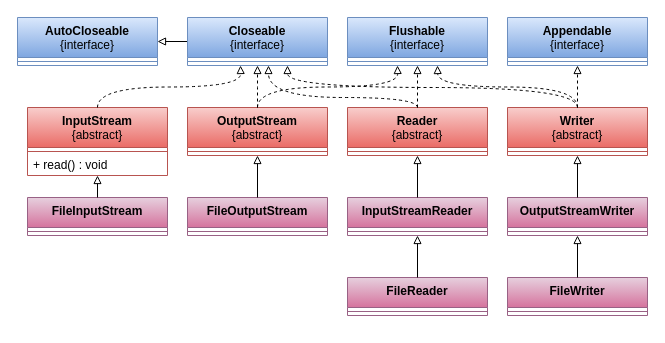
qingyunlyp/resource keeps this draw.io diagram as transformationStream.drawio. Above is the earlier version. Source tidied: cells renumbered, new cells numbered last; positions are measured from the earlier drawing's top-left corner, leaving out a move shared by most shapes. Both pictures are drawn from the tidied source at 100%, with x=0, y=0 at pixel (17, 17).
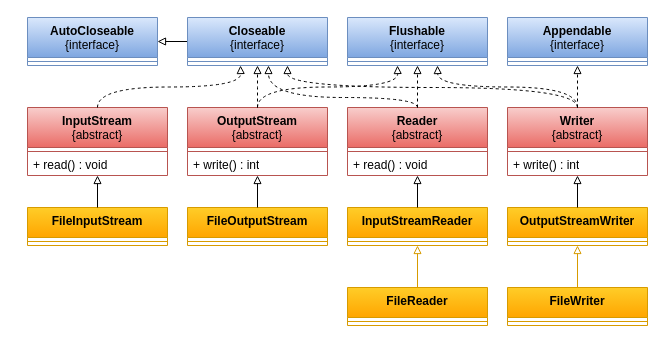
After the change.

The edit, as a diff of the source:
```diff
@@
     <mxCell id="5" value="&lt;b&gt;AutoCloseable&lt;/b&gt;&lt;br&gt;{interface}" style="swimlane;fontStyle=0;align=center;verticalAlign=top;horizontal=1;startSize=40;html=1;whiteSpace=wrap;fillColor=#dae8fc;strokeColor=#6c8ebf;gradientColor=#7ea6e0;" parent="1" vertex="1">
-      <mxGeometry width="140" height="48" as="geometry" />
+      <mxGeometry x="10" width="130" height="48" as="geometry" />
     </mxCell>
     <mxCell id="6" style="line;strokeWidth=1;fillColor=none;align=left;verticalAlign=middle;spacingTop=-1;spacingLeft=3;spacingRight=3;labelPosition=right;strokeColor=#6C8EBF;" parent="5" vertex="1">
-      <mxGeometry y="40" width="140" height="8" as="geometry" />
+      <mxGeometry y="40" width="130" height="8" as="geometry" />
     </mxCell>
@@
     <mxCell id="14" value="&lt;b&gt;OutputStream&lt;/b&gt;&lt;br&gt;{abstract}" style="swimlane;fontStyle=0;align=center;verticalAlign=top;horizontal=1;startSize=40;html=1;whiteSpace=wrap;fillColor=#f8cecc;strokeColor=#b85450;gradientColor=#ea6b66;" parent="1" vertex="1">
-      <mxGeometry x="170" y="90" width="140" height="48" as="geometry" />
+      <mxGeometry x="170" y="90" width="140" height="68" as="geometry" />
     </mxCell>
@@
+    <mxCell id="46" value="+ write() : int" style="text;html=1;strokeColor=none;fillColor=none;align=left;verticalAlign=middle;spacingLeft=4;spacingRight=4;overflow=hidden;whiteSpace=wrap;" parent="14" vertex="1">
+      <mxGeometry y="48" width="140" height="20" as="geometry" />
+    </mxCell>
     <mxCell id="16" value="&lt;b&gt;Reader&lt;/b&gt;&lt;br&gt;{abstract}" style="swimlane;fontStyle=0;align=center;verticalAlign=top;horizontal=1;startSize=40;html=1;whiteSpace=wrap;fillColor=#f8cecc;strokeColor=#b85450;gradientColor=#ea6b66;" parent="1" vertex="1">
-      <mxGeometry x="330" y="90" width="140" height="48" as="geometry" />
+      <mxGeometry x="330" y="90" width="140" height="68" as="geometry" />
     </mxCell>
@@
+    <mxCell id="47" value="+ read() : void" style="text;html=1;strokeColor=none;fillColor=none;align=left;verticalAlign=middle;spacingLeft=4;spacingRight=4;overflow=hidden;whiteSpace=wrap;" parent="16" vertex="1">
+      <mxGeometry y="48" width="140" height="20" as="geometry" />
+    </mxCell>
     <mxCell id="18" value="&lt;b&gt;Writer&lt;/b&gt;&lt;br&gt;{abstract}" style="swimlane;fontStyle=0;align=center;verticalAlign=top;horizontal=1;startSize=40;html=1;whiteSpace=wrap;fillColor=#f8cecc;strokeColor=#b85450;gradientColor=#ea6b66;" parent="1" vertex="1">
-      <mxGeometry x="490" y="90" width="140" height="48" as="geometry" />
+      <mxGeometry x="490" y="90" width="140" height="68" as="geometry" />
     </mxCell>
@@
+    <mxCell id="48" value="+ write() : int" style="text;html=1;strokeColor=none;fillColor=none;align=left;verticalAlign=middle;spacingLeft=4;spacingRight=4;overflow=hidden;whiteSpace=wrap;" parent="18" vertex="1">
+      <mxGeometry y="48" width="140" height="20" as="geometry" />
+    </mxCell>
-    <mxCell id="20" value="&lt;b&gt;FileInputStream&lt;/b&gt;" style="swimlane;fontStyle=0;align=center;verticalAlign=top;horizontal=1;startSize=30;html=1;whiteSpace=wrap;fillColor=#e6d0de;strokeColor=#996185;gradientColor=#d5739d;" parent="1" vertex="1">
-      <mxGeometry x="10" y="180" width="140" height="38" as="geometry" />
+    <mxCell id="20" value="&lt;b&gt;FileInputStream&lt;/b&gt;" style="swimlane;fontStyle=0;align=center;verticalAlign=top;horizontal=1;startSize=30;html=1;whiteSpace=wrap;fillColor=#ffcd28;strokeColor=#d79b00;gradientColor=#ffa500;" parent="1" vertex="1">
+      <mxGeometry x="10" y="190" width="140" height="38" as="geometry" />
     </mxCell>
-    <mxCell id="21" style="line;strokeWidth=1;fillColor=none;align=left;verticalAlign=middle;spacingTop=-1;spacingLeft=3;spacingRight=3;labelPosition=right;strokeColor=#996185;" parent="20" vertex="1">
+    <mxCell id="21" style="line;strokeWidth=1;fillColor=#ffcd28;align=left;verticalAlign=middle;spacingTop=-1;spacingLeft=3;spacingRight=3;labelPosition=right;strokeColor=#d79b00;gradientColor=#ffa500;" parent="20" vertex="1">
       <mxGeometry y="30" width="140" height="8" as="geometry" />
     </mxCell>
-    <mxCell id="22" value="&lt;b&gt;FileOutputStream&lt;/b&gt;" style="swimlane;fontStyle=0;align=center;verticalAlign=top;horizontal=1;startSize=30;html=1;whiteSpace=wrap;fillColor=#e6d0de;strokeColor=#996185;gradientColor=#d5739d;" parent="1" vertex="1">
-      <mxGeometry x="170" y="180" width="140" height="38" as="geometry" />
+    <mxCell id="22" value="&lt;b&gt;FileOutputStream&lt;/b&gt;" style="swimlane;fontStyle=0;align=center;verticalAlign=top;horizontal=1;startSize=30;html=1;whiteSpace=wrap;fillColor=#ffcd28;strokeColor=#d79b00;gradientColor=#ffa500;" parent="1" vertex="1">
+      <mxGeometry x="170" y="190" width="140" height="38" as="geometry" />
     </mxCell>
-    <mxCell id="23" style="line;strokeWidth=1;fillColor=none;align=left;verticalAlign=middle;spacingTop=-1;spacingLeft=3;spacingRight=3;labelPosition=right;strokeColor=#996185;" parent="22" vertex="1">
+    <mxCell id="23" style="line;strokeWidth=1;fillColor=#ffcd28;align=left;verticalAlign=middle;spacingTop=-1;spacingLeft=3;spacingRight=3;labelPosition=right;strokeColor=#d79b00;gradientColor=#ffa500;" parent="22" vertex="1">
       <mxGeometry y="30" width="140" height="8" as="geometry" />
     </mxCell>
-    <mxCell id="24" value="&lt;b&gt;InputStreamReader&lt;/b&gt;" style="swimlane;fontStyle=0;align=center;verticalAlign=top;horizontal=1;startSize=30;html=1;whiteSpace=wrap;fillColor=#e6d0de;strokeColor=#996185;gradientColor=#d5739d;" parent="1" vertex="1">
-      <mxGeometry x="330" y="180" width="140" height="38" as="geometry" />
+    <mxCell id="24" value="&lt;b&gt;InputStreamReader&lt;/b&gt;" style="swimlane;fontStyle=0;align=center;verticalAlign=top;horizontal=1;startSize=30;html=1;whiteSpace=wrap;fillColor=#ffcd28;strokeColor=#d79b00;gradientColor=#ffa500;" parent="1" vertex="1">
+      <mxGeometry x="330" y="190" width="140" height="38" as="geometry" />
     </mxCell>
-    <mxCell id="25" style="line;strokeWidth=1;fillColor=none;align=left;verticalAlign=middle;spacingTop=-1;spacingLeft=3;spacingRight=3;labelPosition=right;strokeColor=#996185;" parent="24" vertex="1">
+    <mxCell id="25" style="line;strokeWidth=1;fillColor=#ffcd28;align=left;verticalAlign=middle;spacingTop=-1;spacingLeft=3;spacingRight=3;labelPosition=right;strokeColor=#d79b00;gradientColor=#ffa500;" parent="24" vertex="1">
       <mxGeometry y="30" width="140" height="8" as="geometry" />
     </mxCell>
-    <mxCell id="26" value="&lt;b&gt;OutputStreamWriter&lt;/b&gt;" style="swimlane;fontStyle=0;align=center;verticalAlign=top;horizontal=1;startSize=30;html=1;whiteSpace=wrap;fillColor=#e6d0de;strokeColor=#996185;gradientColor=#d5739d;" parent="1" vertex="1">
-      <mxGeometry x="490" y="180" width="140" height="38" as="geometry" />
+    <mxCell id="26" value="&lt;b&gt;OutputStreamWriter&lt;/b&gt;" style="swimlane;fontStyle=0;align=center;verticalAlign=top;horizontal=1;startSize=30;html=1;whiteSpace=wrap;fillColor=#ffcd28;strokeColor=#d79b00;gradientColor=#ffa500;" parent="1" vertex="1">
+      <mxGeometry x="490" y="190" width="140" height="38" as="geometry" />
     </mxCell>
-    <mxCell id="27" style="line;strokeWidth=1;fillColor=none;align=left;verticalAlign=middle;spacingTop=-1;spacingLeft=3;spacingRight=3;labelPosition=right;strokeColor=#996185;" parent="26" vertex="1">
+    <mxCell id="27" style="line;strokeWidth=1;fillColor=#ffcd28;align=left;verticalAlign=middle;spacingTop=-1;spacingLeft=3;spacingRight=3;labelPosition=right;strokeColor=#d79b00;gradientColor=#ffa500;" parent="26" vertex="1">
       <mxGeometry y="30" width="140" height="8" as="geometry" />
     </mxCell>
@@
-    <mxCell id="40" value="&lt;b&gt;FileReader&lt;/b&gt;" style="swimlane;fontStyle=0;align=center;verticalAlign=top;horizontal=1;startSize=30;html=1;whiteSpace=wrap;fillColor=#e6d0de;strokeColor=#996185;gradientColor=#d5739d;" parent="1" vertex="1">
-      <mxGeometry x="330" y="260" width="140" height="38" as="geometry" />
+    <mxCell id="40" value="&lt;b&gt;FileReader&lt;/b&gt;" style="swimlane;fontStyle=0;align=center;verticalAlign=top;horizontal=1;startSize=30;html=1;whiteSpace=wrap;fillColor=#ffcd28;strokeColor=#d79b00;gradientColor=#ffa500;" parent="1" vertex="1">
+      <mxGeometry x="330" y="270" width="140" height="38" as="geometry" />
     </mxCell>
-    <mxCell id="41" style="line;strokeWidth=1;fillColor=none;align=left;verticalAlign=middle;spacingTop=-1;spacingLeft=3;spacingRight=3;labelPosition=right;strokeColor=#996185;" parent="40" vertex="1">
+    <mxCell id="41" style="line;strokeWidth=1;fillColor=#ffcd28;align=left;verticalAlign=middle;spacingTop=-1;spacingLeft=3;spacingRight=3;labelPosition=right;strokeColor=#d79b00;gradientColor=#ffa500;" parent="40" vertex="1">
       <mxGeometry y="30" width="140" height="8" as="geometry" />
     </mxCell>
-    <mxCell id="42" value="&lt;b&gt;FileWriter&lt;/b&gt;" style="swimlane;fontStyle=0;align=center;verticalAlign=top;horizontal=1;startSize=30;html=1;whiteSpace=wrap;fillColor=#e6d0de;strokeColor=#996185;gradientColor=#d5739d;" parent="1" vertex="1">
-      <mxGeometry x="490" y="260" width="140" height="38" as="geometry" />
+    <mxCell id="42" value="&lt;b&gt;FileWriter&lt;/b&gt;" style="swimlane;fontStyle=0;align=center;verticalAlign=top;horizontal=1;startSize=30;html=1;whiteSpace=wrap;fillColor=#ffcd28;strokeColor=#d79b00;gradientColor=#ffa500;" parent="1" vertex="1">
+      <mxGeometry x="490" y="270" width="140" height="38" as="geometry" />
     </mxCell>
-    <mxCell id="43" style="line;strokeWidth=1;fillColor=none;align=left;verticalAlign=middle;spacingTop=-1;spacingLeft=3;spacingRight=3;labelPosition=right;strokeColor=#996185;" parent="42" vertex="1">
+    <mxCell id="43" style="line;strokeWidth=1;fillColor=#ffcd28;align=left;verticalAlign=middle;spacingTop=-1;spacingLeft=3;spacingRight=3;labelPosition=right;strokeColor=#d79b00;gradientColor=#ffa500;" parent="42" vertex="1">
       <mxGeometry y="30" width="140" height="8" as="geometry" />
     </mxCell>
-    <mxCell id="44" style="edgeStyle=orthogonalEdgeStyle;rounded=0;jettySize=auto;html=1;endArrow=block;endFill=0;exitX=0.5;exitY=0;exitDx=0;exitDy=0;entryX=0.5;entryY=1;entryDx=0;entryDy=0;" parent="1" edge="1" source="40" target="24">
+    <mxCell id="44" style="edgeStyle=orthogonalEdgeStyle;rounded=0;jettySize=auto;html=1;endArrow=block;endFill=0;exitX=0.5;exitY=0;exitDx=0;exitDy=0;entryX=0.5;entryY=1;entryDx=0;entryDy=0;fillColor=#ffcd28;gradientColor=#ffa500;strokeColor=#d79b00;" parent="1" edge="1" source="40" target="24">
       <mxGeometry relative="1" as="geometry" />
     </mxCell>
-    <mxCell id="45" style="edgeStyle=orthogonalEdgeStyle;rounded=0;jettySize=auto;html=1;endArrow=block;endFill=0;exitX=0.5;exitY=0;exitDx=0;exitDy=0;entryX=0.5;entryY=1;entryDx=0;entryDy=0;" parent="1" edge="1" source="42" target="26">
+    <mxCell id="45" style="edgeStyle=orthogonalEdgeStyle;rounded=0;jettySize=auto;html=1;endArrow=block;endFill=0;exitX=0.5;exitY=0;exitDx=0;exitDy=0;entryX=0.5;entryY=1;entryDx=0;entryDy=0;fillColor=#ffcd28;gradientColor=#ffa500;strokeColor=#d79b00;" parent="1" edge="1" source="42" target="26">
       <mxGeometry relative="1" as="geometry" />
     </mxCell>
```
